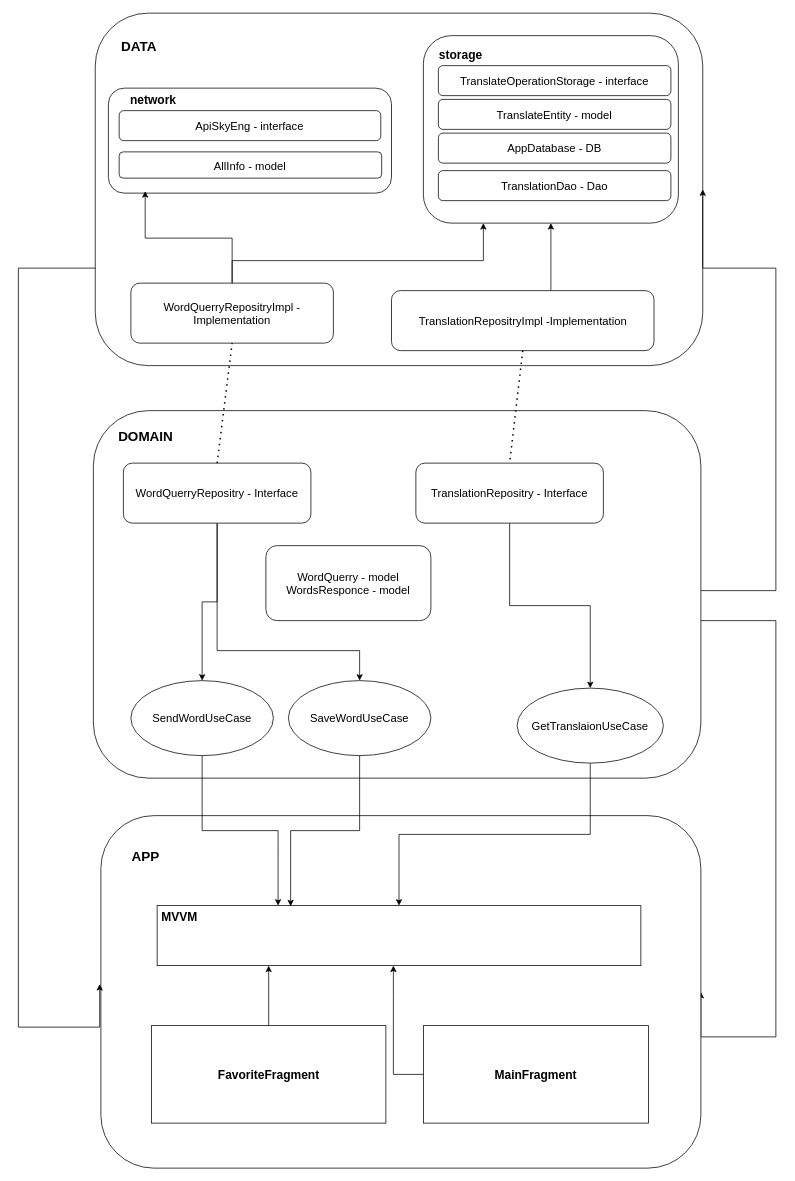
borsalinho/test_translator keeps this draw.io diagram as architecture.drawio. Above is the earlier version. Source tidied: cells renumbered, new cells numbered last; positions are measured from the earlier drawing's top-left corner, leaving out a move shared by most shapes. Both pictures are drawn from the tidied source at 75%, with x=0, y=0 at pixel (18, 13).
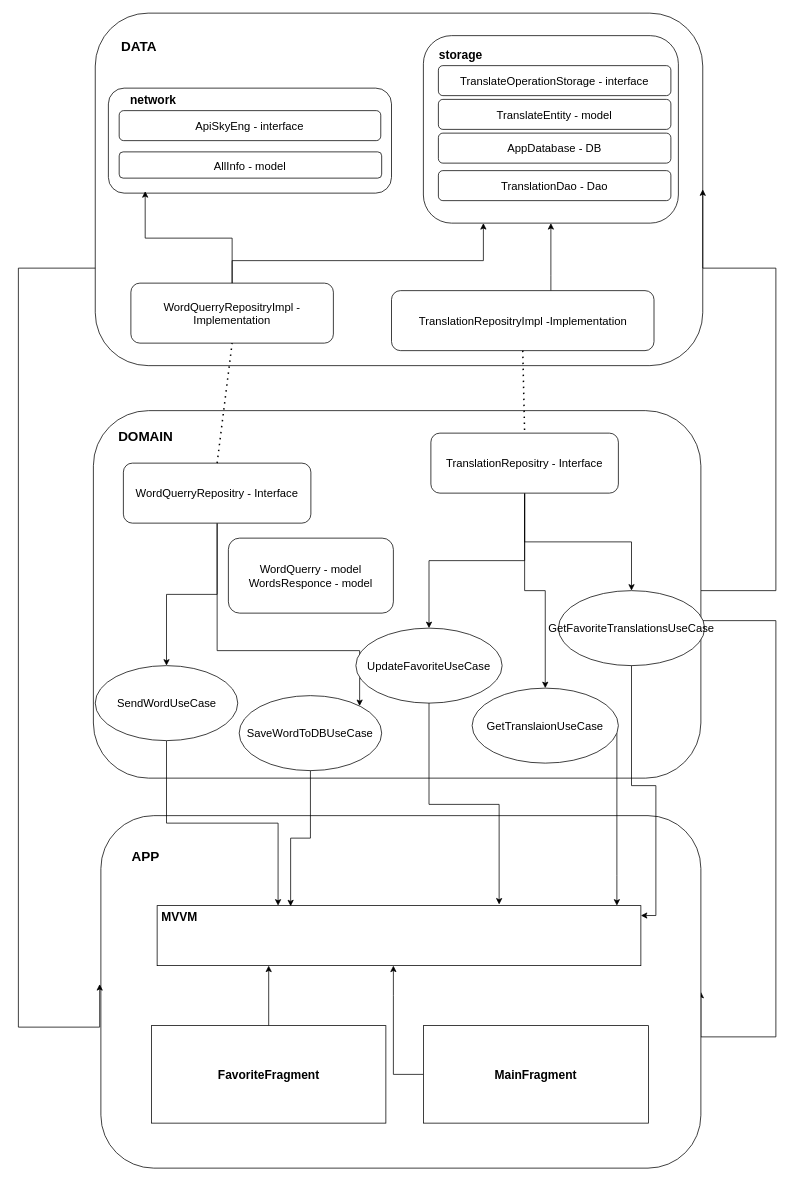
The same diagram, later.

The change refers to these unchanged cells:
```xml
<mxCell id="11" style="rounded=0;whiteSpace=wrap;html=1;" parent="1" vertex="1">
  <mxGeometry x="185" y="1190" width="645" height="80" as="geometry" />
</mxCell>
```

Change to the diagram source:
```diff
@@
     <mxCell id="17" value="&lt;span style=&quot;font-size: 15px;&quot;&gt;SendWordUseCase&lt;/span&gt;" style="ellipse;whiteSpace=wrap;html=1;" parent="1" vertex="1">
-      <mxGeometry x="150" y="890" width="190" height="100" as="geometry" />
+      <mxGeometry x="102.5" y="870" width="190" height="100" as="geometry" />
     </mxCell>
     <mxCell id="18" style="edgeStyle=orthogonalEdgeStyle;rounded=0;jettySize=auto;html=1;" parent="1" edge="1" source="19" target="11">
-      <mxGeometry relative="1" as="geometry" />
+      <mxGeometry relative="1" as="geometry">
+        <Array as="points">
+          <mxPoint x="798" y="1150" />
+          <mxPoint x="798" y="1150" />
+        </Array>
+      </mxGeometry>
     </mxCell>
     <mxCell id="19" value="&lt;span style=&quot;font-size: 15px;&quot;&gt;GetTranslaionUseCase&lt;/span&gt;" style="ellipse;whiteSpace=wrap;html=1;" parent="1" vertex="1">
-      <mxGeometry x="665" y="900" width="195" height="100" as="geometry" />
+      <mxGeometry x="605" y="900" width="195" height="100" as="geometry" />
     </mxCell>
@@
+    <mxCell id="49" style="edgeStyle=orthogonalEdgeStyle;rounded=0;jettySize=auto;html=1;" parent="1" edge="1" source="41" target="51">
+      <mxGeometry relative="1" as="geometry" />
+    </mxCell>
+    <mxCell id="50" style="edgeStyle=orthogonalEdgeStyle;rounded=0;jettySize=auto;html=1;" parent="1" edge="1" source="41" target="53">
+      <mxGeometry relative="1" as="geometry" />
+    </mxCell>
     <mxCell id="41" value="&lt;span style=&quot;font-size: 15px;&quot;&gt;TranslationRepositry - Interface&lt;/span&gt;" style="rounded=1;whiteSpace=wrap;html=1;" parent="1" vertex="1">
-      <mxGeometry x="530" y="600" width="250" height="80" as="geometry" />
+      <mxGeometry x="550" y="560" width="250" height="80" as="geometry" />
     </mxCell>
@@
     <mxCell id="46" value="&lt;font style=&quot;font-size: 15px;&quot;&gt;WordQuerry - model&lt;br&gt;WordsResponce - model&lt;/font&gt;" style="rounded=1;whiteSpace=wrap;html=1;" parent="1" vertex="1">
-      <mxGeometry x="330" y="710" width="220" height="100" as="geometry" />
+      <mxGeometry x="280" y="700" width="220" height="100" as="geometry" />
     </mxCell>
-    <mxCell id="47" value="&lt;span style=&quot;font-size: 15px;&quot;&gt;SaveWordUseCase&lt;/span&gt;" style="ellipse;whiteSpace=wrap;html=1;" parent="1" vertex="1">
-      <mxGeometry x="360" y="890" width="190" height="100" as="geometry" />
+    <mxCell id="47" value="&lt;span style=&quot;font-size: 15px;&quot;&gt;SaveWordToDBUseCase&lt;/span&gt;" style="ellipse;whiteSpace=wrap;html=1;" parent="1" vertex="1">
+      <mxGeometry x="294.4" y="910" width="190" height="100" as="geometry" />
     </mxCell>
@@
+    <mxCell id="51" value="&lt;span style=&quot;font-size: 15px;&quot;&gt;UpdateFavoriteUseCase&lt;/span&gt;" style="ellipse;whiteSpace=wrap;html=1;" parent="1" vertex="1">
+      <mxGeometry x="450" y="820" width="195" height="100" as="geometry" />
+    </mxCell>
+    <mxCell id="52" style="edgeStyle=orthogonalEdgeStyle;rounded=0;jettySize=auto;html=1;entryX=0.707;entryY=-0.019;entryDx=0;entryDy=0;entryPerimeter=0;" parent="1" edge="1" source="51" target="11">
+      <mxGeometry relative="1" as="geometry" />
+    </mxCell>
+    <mxCell id="53" value="&lt;span style=&quot;font-size: 15px;&quot;&gt;GetFavoriteTranslationsUseCase&lt;/span&gt;" style="ellipse;whiteSpace=wrap;html=1;" parent="1" vertex="1">
+      <mxGeometry x="720" y="770" width="195" height="100" as="geometry" />
+    </mxCell>
+    <mxCell id="54" style="edgeStyle=orthogonalEdgeStyle;rounded=0;jettySize=auto;html=1;entryX=1;entryY=0.165;entryDx=0;entryDy=0;entryPerimeter=0;" parent="1" edge="1" source="53" target="11">
+      <mxGeometry relative="1" as="geometry" />
+    </mxCell>
```
